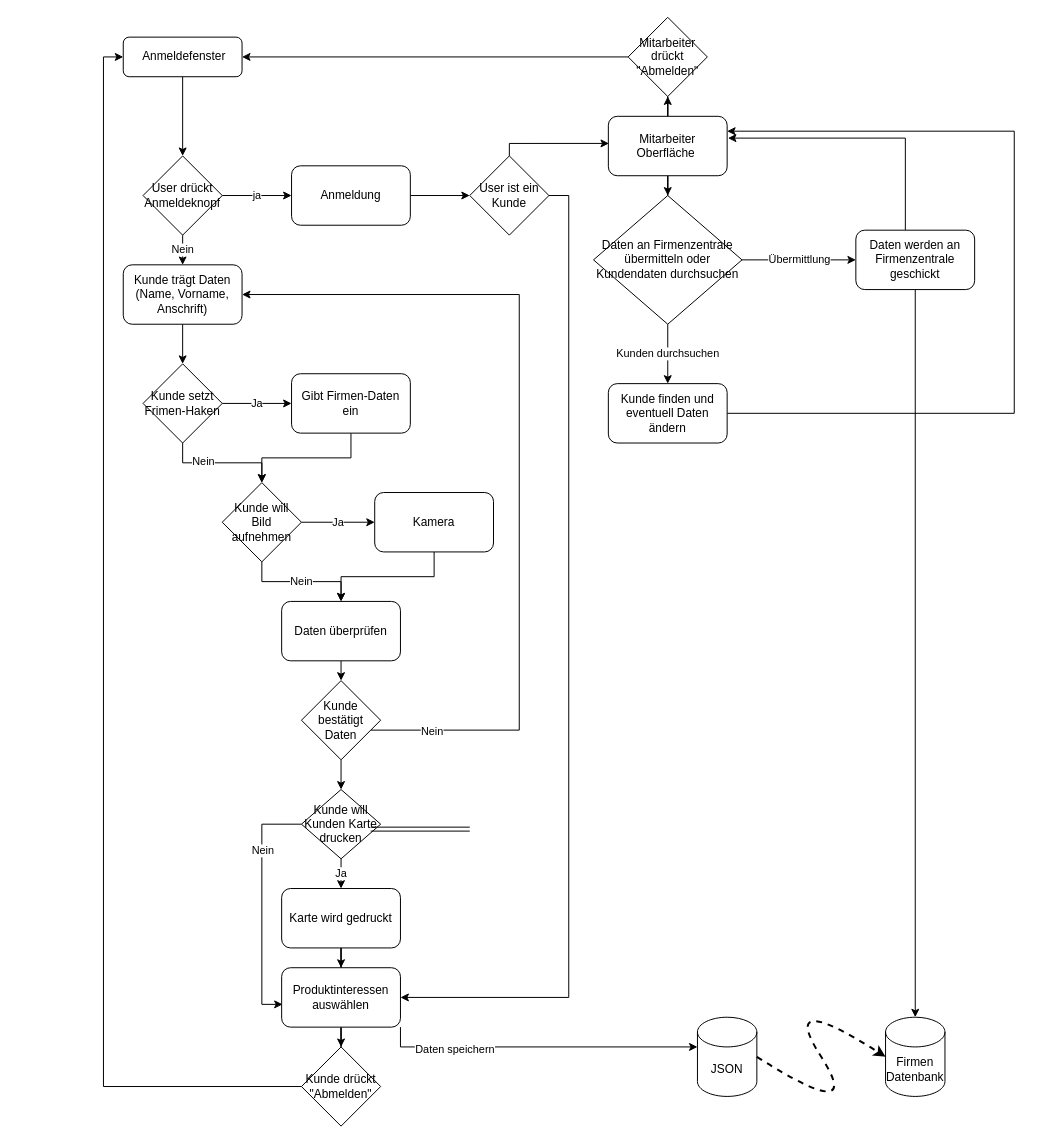
The draw.io diagram FlowChart.drawio in kaenguru123/JUKER, before the edit. Source tidied: cells renumbered, new cells numbered last; positions are measured from the earlier drawing's top-left corner, leaving out a move shared by most shapes. Both pictures are drawn from the tidied source at 99%, with x=0, y=0 at pixel (123, 17).
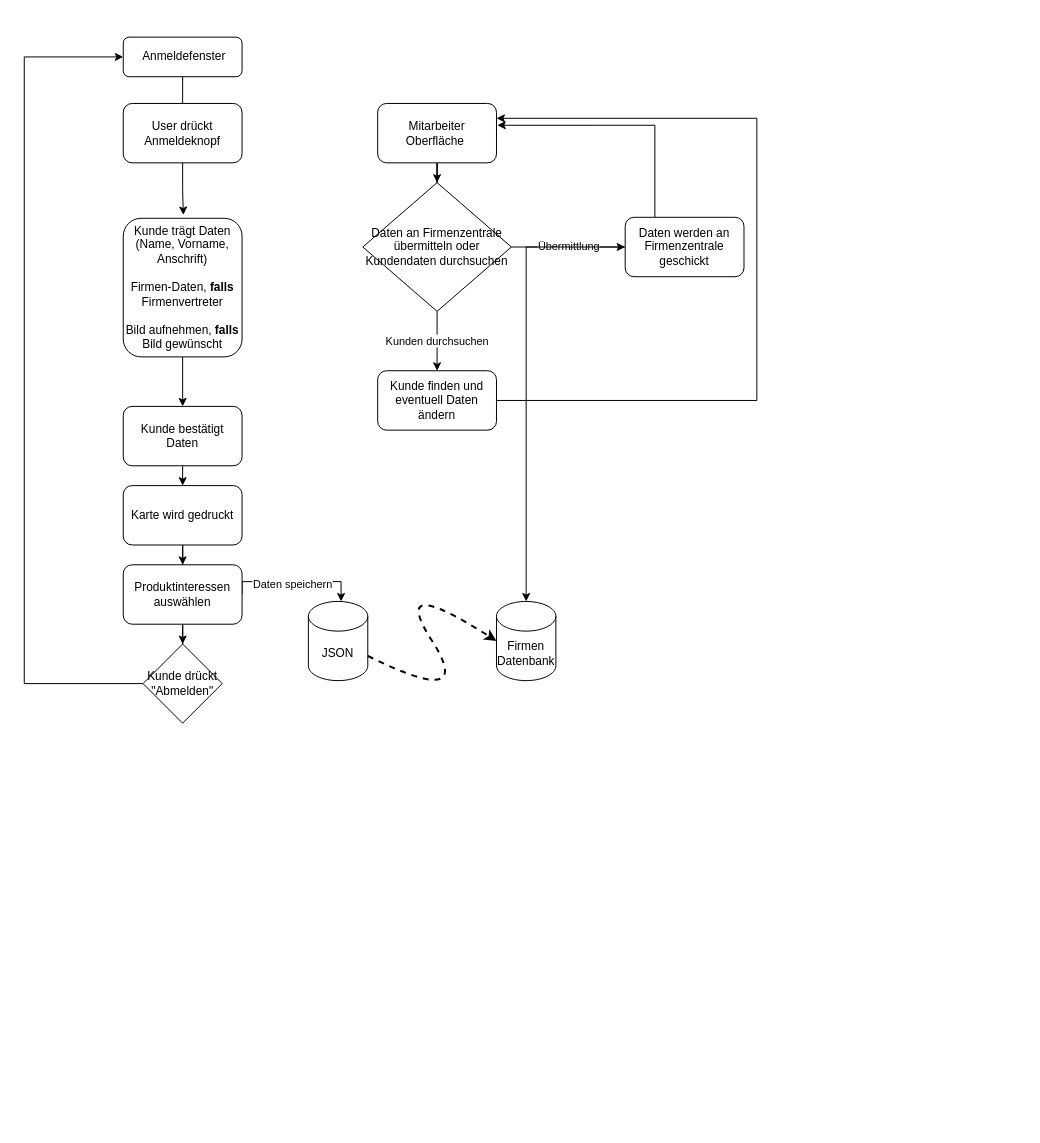
Above is the later version.

Unchanged cells that the change refers to:
```xml
<mxCell id="3" value="&amp;nbsp;Anmeldefenster" style="rounded=1;whiteSpace=wrap;html=1;fontSize=12;glass=0;strokeWidth=1;shadow=0;" parent="1" vertex="1">
  <mxGeometry y="20" width="120" height="40" as="geometry" />
</mxCell>
```

Change to the diagram source:
```diff
@@
-    <mxCell id="2" style="edgeStyle=orthogonalEdgeStyle;rounded=0;jettySize=auto;html=1;entryX=0.5;entryY=0;entryDx=0;entryDy=0;" parent="1" edge="1" source="3" target="6">
-      <mxGeometry relative="1" as="geometry" />
+    <mxCell id="2" style="edgeStyle=orthogonalEdgeStyle;rounded=0;jettySize=auto;html=1;entryX=0.5;entryY=0;entryDx=0;entryDy=0;" parent="1" edge="1" source="3">
+      <mxGeometry relative="1" as="geometry">
+        <mxPoint x="60" y="140" as="targetPoint" />
+      </mxGeometry>
     </mxCell>
@@
-    <mxCell id="4" value="ja" style="edgeStyle=orthogonalEdgeStyle;rounded=0;jettySize=auto;html=1;entryX=0;entryY=0.5;entryDx=0;entryDy=0;" parent="1" edge="1" source="6" target="10">
-      <mxGeometry relative="1" as="geometry" />
-    </mxCell>
-    <mxCell id="5" value="Nein" style="edgeStyle=orthogonalEdgeStyle;rounded=0;jettySize=auto;html=1;exitX=0.5;exitY=1;exitDx=0;exitDy=0;entryX=0.5;entryY=0;entryDx=0;entryDy=0;" parent="1" edge="1" source="6" target="8">
-      <mxGeometry relative="1" as="geometry" />
-    </mxCell>
-    <mxCell id="6" value="User drückt Anmeldeknopf" style="rhombus;whiteSpace=wrap;html=1;" parent="1" vertex="1">
-      <mxGeometry x="20" y="140" width="80" height="80" as="geometry" />
-    </mxCell>
-    <mxCell id="7" style="edgeStyle=orthogonalEdgeStyle;rounded=0;jettySize=auto;html=1;exitX=0.5;exitY=1;exitDx=0;exitDy=0;entryX=0.5;entryY=0;entryDx=0;entryDy=0;" parent="1" edge="1" source="8" target="14">
-      <mxGeometry relative="1" as="geometry" />
-    </mxCell>
+    <mxCell id="60" style="edgeStyle=orthogonalEdgeStyle;rounded=0;jettySize=auto;html=1;entryX=0.5;entryY=0;entryDx=0;entryDy=0;" parent="1" edge="1" source="8" target="27">
+      <mxGeometry relative="1" as="geometry" />
+    </mxCell>
-    <mxCell id="8" value="Kunde trägt Daten (Name, Vorname, Anschrift)" style="rounded=1;whiteSpace=wrap;html=1;" parent="1" vertex="1">
-      <mxGeometry y="250" width="120" height="60" as="geometry" />
+    <mxCell id="8" value="Kunde trägt Daten (Name, Vorname, Anschrift)&lt;br&gt;&lt;br&gt;Firmen-Daten, &lt;b&gt;falls &lt;/b&gt;Firmenvertreter&lt;br&gt;&lt;br&gt;Bild aufnehmen, &lt;b&gt;falls&lt;/b&gt; Bild gewünscht" style="rounded=1;whiteSpace=wrap;html=1;" parent="1" vertex="1">
+      <mxGeometry y="203" width="120" height="140" as="geometry" />
     </mxCell>
-    <mxCell id="9" style="edgeStyle=orthogonalEdgeStyle;rounded=0;jettySize=auto;html=1;" parent="1" edge="1" source="10" target="34">
-      <mxGeometry relative="1" as="geometry" />
-    </mxCell>
-    <mxCell id="10" value="Anmeldung" style="rounded=1;whiteSpace=wrap;html=1;" parent="1" vertex="1">
-      <mxGeometry x="170" y="150" width="120" height="60" as="geometry" />
-    </mxCell>
-    <mxCell id="11" value="Ja" style="edgeStyle=orthogonalEdgeStyle;rounded=0;jettySize=auto;html=1;exitX=1;exitY=0.5;exitDx=0;exitDy=0;entryX=0;entryY=0.5;entryDx=0;entryDy=0;" parent="1" edge="1" source="14" target="16">
-      <mxGeometry relative="1" as="geometry" />
-    </mxCell>
-    <mxCell id="12" style="edgeStyle=orthogonalEdgeStyle;rounded=0;jettySize=auto;html=1;exitX=0.5;exitY=1;exitDx=0;exitDy=0;" parent="1" edge="1" source="14" target="19">
-      <mxGeometry relative="1" as="geometry" />
-    </mxCell>
-    <mxCell id="13" value="Nein" style="edgeLabel;html=1;align=center;verticalAlign=middle;" parent="12" vertex="1">
-      <mxGeometry x="-0.33" y="2" relative="1" as="geometry" />
-    </mxCell>
-    <mxCell id="14" value="Kunde setzt Frimen-Haken" style="rhombus;whiteSpace=wrap;html=1;" parent="1" vertex="1">
-      <mxGeometry x="20" y="350" width="80" height="80" as="geometry" />
-    </mxCell>
-    <mxCell id="15" style="edgeStyle=orthogonalEdgeStyle;rounded=0;jettySize=auto;html=1;exitX=0.5;exitY=1;exitDx=0;exitDy=0;" parent="1" edge="1" source="16" target="19">
-      <mxGeometry relative="1" as="geometry" />
-    </mxCell>
-    <mxCell id="16" value="Gibt Firmen-Daten ein" style="rounded=1;whiteSpace=wrap;html=1;" parent="1" vertex="1">
-      <mxGeometry x="170" y="360" width="120" height="60" as="geometry" />
-    </mxCell>
-    <mxCell id="17" value="Ja" style="edgeStyle=orthogonalEdgeStyle;rounded=0;jettySize=auto;html=1;exitX=1;exitY=0.5;exitDx=0;exitDy=0;entryX=0;entryY=0.5;entryDx=0;entryDy=0;" parent="1" edge="1" source="19" target="21">
-      <mxGeometry relative="1" as="geometry" />
-    </mxCell>
-    <mxCell id="18" value="Nein" style="edgeStyle=orthogonalEdgeStyle;rounded=0;jettySize=auto;html=1;exitX=0.5;exitY=1;exitDx=0;exitDy=0;entryX=0.5;entryY=0;entryDx=0;entryDy=0;" parent="1" edge="1" source="19" target="23">
-      <mxGeometry relative="1" as="geometry" />
-    </mxCell>
-    <mxCell id="19" value="Kunde will Bild aufnehmen" style="rhombus;whiteSpace=wrap;html=1;" parent="1" vertex="1">
-      <mxGeometry x="100" y="470" width="80" height="80" as="geometry" />
-    </mxCell>
-    <mxCell id="20" style="edgeStyle=orthogonalEdgeStyle;rounded=0;jettySize=auto;html=1;exitX=0.5;exitY=1;exitDx=0;exitDy=0;entryX=0.5;entryY=0;entryDx=0;entryDy=0;" parent="1" edge="1" source="21" target="23">
-      <mxGeometry relative="1" as="geometry" />
-    </mxCell>
-    <mxCell id="21" value="Kamera" style="rounded=1;whiteSpace=wrap;html=1;" parent="1" vertex="1">
-      <mxGeometry x="254" y="480" width="120" height="60" as="geometry" />
-    </mxCell>
-    <mxCell id="22" style="edgeStyle=orthogonalEdgeStyle;rounded=0;jettySize=auto;html=1;exitX=0.5;exitY=1;exitDx=0;exitDy=0;entryX=0.5;entryY=0;entryDx=0;entryDy=0;" parent="1" edge="1" source="23" target="27">
-      <mxGeometry relative="1" as="geometry" />
-    </mxCell>
-    <mxCell id="23" value="Daten überprüfen" style="rounded=1;whiteSpace=wrap;html=1;" parent="1" vertex="1">
-      <mxGeometry x="160" y="590" width="120" height="60" as="geometry" />
-    </mxCell>
-    <mxCell id="24" style="edgeStyle=orthogonalEdgeStyle;rounded=0;jettySize=auto;html=1;entryX=1;entryY=0.5;entryDx=0;entryDy=0;" parent="1" edge="1" source="27" target="8">
-      <mxGeometry relative="1" as="geometry">
-        <Array as="points">
-          <mxPoint x="400" y="720" />
-          <mxPoint x="400" y="280" />
-        </Array>
-      </mxGeometry>
-    </mxCell>
-    <mxCell id="25" value="Nein" style="edgeLabel;html=1;align=center;verticalAlign=middle;" parent="24" vertex="1">
-      <mxGeometry x="-0.86" relative="1" as="geometry" />
-    </mxCell>
-    <mxCell id="26" style="edgeStyle=orthogonalEdgeStyle;rounded=0;jettySize=auto;html=1;exitX=0.5;exitY=1;exitDx=0;exitDy=0;entryX=0.5;entryY=0;entryDx=0;entryDy=0;" parent="1" edge="1" source="27" target="31">
-      <mxGeometry relative="1" as="geometry" />
-    </mxCell>
-    <mxCell id="27" value="Kunde bestätigt Daten" style="rhombus;whiteSpace=wrap;html=1;" parent="1" vertex="1">
-      <mxGeometry x="180" y="670" width="80" height="80" as="geometry" />
-    </mxCell>
-    <mxCell id="28" value="Ja" style="edgeStyle=orthogonalEdgeStyle;rounded=0;jettySize=auto;html=1;entryX=0.5;entryY=0;entryDx=0;entryDy=0;" parent="1" edge="1" source="31" target="36">
-      <mxGeometry relative="1" as="geometry" />
-    </mxCell>
-    <mxCell id="29" style="edgeStyle=orthogonalEdgeStyle;rounded=0;jettySize=auto;html=1;entryX=0.008;entryY=0.617;entryDx=0;entryDy=0;entryPerimeter=0;" parent="1" edge="1" source="31" target="40">
-      <mxGeometry relative="1" as="geometry">
-        <Array as="points">
-          <mxPoint x="140" y="815" />
-          <mxPoint x="140" y="997" />
-        </Array>
-      </mxGeometry>
-    </mxCell>
-    <mxCell id="30" value="Nein" style="edgeLabel;html=1;align=center;verticalAlign=middle;" parent="29" vertex="1">
-      <mxGeometry x="-0.46" relative="1" as="geometry" />
-    </mxCell>
-    <mxCell id="31" value="Kunde will Kunden Karte drucken" style="rhombus;whiteSpace=wrap;html=1;" parent="1" vertex="1">
-      <mxGeometry x="180" y="780" width="80" height="70" as="geometry" />
-    </mxCell>
-    <mxCell id="32" style="edgeStyle=orthogonalEdgeStyle;rounded=0;jettySize=auto;html=1;entryX=1;entryY=0.5;entryDx=0;entryDy=0;" parent="1" edge="1" source="34" target="40">
-      <mxGeometry relative="1" as="geometry">
-        <Array as="points">
-          <mxPoint x="450" y="180" />
-          <mxPoint x="450" y="990" />
-        </Array>
-      </mxGeometry>
-    </mxCell>
-    <mxCell id="33" style="edgeStyle=orthogonalEdgeStyle;rounded=0;jettySize=auto;html=1;entryX=0.005;entryY=0.456;entryDx=0;entryDy=0;entryPerimeter=0;" parent="1" edge="1" source="34" target="45">
-      <mxGeometry relative="1" as="geometry">
-        <Array as="points">
-          <mxPoint x="390" y="127" />
-        </Array>
-      </mxGeometry>
-    </mxCell>
-    <mxCell id="34" value="User ist ein Kunde" style="rhombus;whiteSpace=wrap;html=1;" parent="1" vertex="1">
-      <mxGeometry x="350" y="140" width="80" height="80" as="geometry" />
-    </mxCell>
@@
     <mxCell id="36" value="Karte wird gedruckt" style="rounded=1;whiteSpace=wrap;html=1;" parent="1" vertex="1">
-      <mxGeometry x="160" y="880" width="120" height="60" as="geometry" />
+      <mxGeometry y="473" width="120" height="60" as="geometry" />
     </mxCell>
@@
-    <mxCell id="38" style="edgeStyle=orthogonalEdgeStyle;rounded=0;jettySize=auto;html=1;exitX=1;exitY=1;exitDx=0;exitDy=0;" parent="1" edge="1" source="40" target="56">
+    <mxCell id="38" style="edgeStyle=orthogonalEdgeStyle;rounded=0;jettySize=auto;html=1;exitX=1;exitY=0.5;exitDx=0;exitDy=0;" parent="1" edge="1" source="40" target="56">
       <mxGeometry relative="1" as="geometry">
         <Array as="points">
-          <mxPoint x="280" y="1040" />
+          <mxPoint x="120" y="570" />
+          <mxPoint x="220" y="570" />
         </Array>
       </mxGeometry>
     </mxCell>
     <mxCell id="39" value="Daten speichern" style="edgeLabel;html=1;align=center;verticalAlign=middle;" parent="38" vertex="1">
-      <mxGeometry x="-0.54" y="-2" relative="1" as="geometry" />
+      <mxGeometry x="-0.54" y="-2" relative="1" as="geometry">
+        <mxPoint x="32" as="offset" />
+      </mxGeometry>
     </mxCell>
     <mxCell id="40" value="Produktinteressen auswählen" style="rounded=1;whiteSpace=wrap;html=1;" parent="1" vertex="1">
-      <mxGeometry x="160" y="960" width="120" height="60" as="geometry" />
+      <mxGeometry y="553" width="120" height="60" as="geometry" />
     </mxCell>
     <mxCell id="41" style="edgeStyle=orthogonalEdgeStyle;rounded=0;jettySize=auto;html=1;entryX=0;entryY=0.5;entryDx=0;entryDy=0;" parent="1" edge="1" source="42" target="3">
-      <mxGeometry relative="1" as="geometry" />
+      <mxGeometry relative="1" as="geometry">
+        <Array as="points">
+          <mxPoint x="-100" y="673" />
+          <mxPoint x="-100" y="40" />
+        </Array>
+      </mxGeometry>
     </mxCell>
     <mxCell id="42" value="Kunde drückt &quot;Abmelden&quot;" style="rhombus;whiteSpace=wrap;html=1;" parent="1" vertex="1">
-      <mxGeometry x="180" y="1040" width="80" height="80" as="geometry" />
+      <mxGeometry x="20" y="633" width="80" height="80" as="geometry" />
     </mxCell>
-    <mxCell id="43" style="edgeStyle=orthogonalEdgeStyle;rounded=0;jettySize=auto;html=1;" parent="1" edge="1" source="45" target="47">
-      <mxGeometry relative="1" as="geometry" />
-    </mxCell>
@@
     <mxCell id="45" value="Mitarbeiter Oberfläche&amp;nbsp;" style="rounded=1;whiteSpace=wrap;html=1;" parent="1" vertex="1">
-      <mxGeometry x="490" y="100" width="120" height="60" as="geometry" />
+      <mxGeometry x="257" y="87" width="120" height="60" as="geometry" />
     </mxCell>
-    <mxCell id="46" style="edgeStyle=orthogonalEdgeStyle;rounded=0;jettySize=auto;html=1;" parent="1" edge="1" source="47" target="3">
-      <mxGeometry relative="1" as="geometry" />
-    </mxCell>
-    <mxCell id="47" value="Mitarbeiter drückt &quot;Abmelden&quot;" style="rhombus;whiteSpace=wrap;html=1;" parent="1" vertex="1">
-      <mxGeometry x="510" width="80" height="80" as="geometry" />
-    </mxCell>
@@
     <mxCell id="50" value="Daten an Firmenzentrale übermitteln oder Kundendaten durchsuchen" style="rhombus;whiteSpace=wrap;html=1;" parent="1" vertex="1">
-      <mxGeometry x="475" y="180" width="150" height="130" as="geometry" />
+      <mxGeometry x="242" y="167" width="150" height="130" as="geometry" />
     </mxCell>
     <mxCell id="51" style="edgeStyle=orthogonalEdgeStyle;rounded=0;jettySize=auto;html=1;entryX=1.007;entryY=0.367;entryDx=0;entryDy=0;entryPerimeter=0;" parent="1" edge="1" source="53" target="45">
       <mxGeometry relative="1" as="geometry">
         <Array as="points">
-          <mxPoint x="790" y="122" />
+          <mxPoint x="537" y="109" />
         </Array>
       </mxGeometry>
     </mxCell>
@@
     <mxCell id="53" value="Daten werden an Firmenzentrale geschickt" style="rounded=1;whiteSpace=wrap;html=1;" parent="1" vertex="1">
-      <mxGeometry x="740" y="215" width="120" height="60" as="geometry" />
+      <mxGeometry x="507" y="202" width="120" height="60" as="geometry" />
     </mxCell>
     <mxCell id="54" style="edgeStyle=orthogonalEdgeStyle;rounded=0;jettySize=auto;html=1;entryX=1;entryY=0.25;entryDx=0;entryDy=0;" parent="1" edge="1" source="55" target="45">
       <mxGeometry relative="1" as="geometry">
         <Array as="points">
-          <mxPoint x="900" y="400" />
-          <mxPoint x="900" y="115" />
+          <mxPoint x="640" y="387" />
+          <mxPoint x="640" y="102" />
         </Array>
       </mxGeometry>
     </mxCell>
     <mxCell id="55" value="Kunde finden und eventuell Daten ändern" style="rounded=1;whiteSpace=wrap;html=1;" parent="1" vertex="1">
-      <mxGeometry x="490" y="370" width="120" height="60" as="geometry" />
+      <mxGeometry x="257" y="357" width="120" height="60" as="geometry" />
     </mxCell>
     <mxCell id="56" value="JSON" style="shape=cylinder3;whiteSpace=wrap;html=1;boundedLbl=1;backgroundOutline=1;size=15;" parent="1" vertex="1">
-      <mxGeometry x="580" y="1010" width="60" height="80" as="geometry" />
+      <mxGeometry x="187" y="590" width="60" height="80" as="geometry" />
     </mxCell>
     <mxCell id="57" value="Firmen Datenbank" style="shape=cylinder3;whiteSpace=wrap;html=1;boundedLbl=1;backgroundOutline=1;size=15;" parent="1" vertex="1">
-      <mxGeometry x="770" y="1010" width="60" height="80" as="geometry" />
+      <mxGeometry x="377" y="590" width="60" height="80" as="geometry" />
     </mxCell>
-    <mxCell id="58" style="shape=link;html=1;rounded=0;" parent="1" edge="1">
-      <mxGeometry relative="1" as="geometry">
-        <mxPoint x="250" y="820" as="sourcePoint" />
-        <mxPoint x="350" y="820" as="targetPoint" />
-      </mxGeometry>
-    </mxCell>
-    <mxCell id="59" style="curved=1;endArrow=classic;html=1;rounded=0;entryX=0;entryY=0.5;entryDx=0;entryDy=0;entryPerimeter=0;exitX=1;exitY=0.5;exitDx=0;exitDy=0;exitPerimeter=0;dashed=1;strokeWidth=2;" parent="1" edge="1" source="56" target="57">
+    <mxCell id="59" style="curved=1;endArrow=classic;html=1;rounded=0;entryX=0;entryY=0.5;entryDx=0;entryDy=0;entryPerimeter=0;dashed=1;strokeWidth=2;" parent="1" edge="1" source="56" target="57">
       <mxGeometry relative="1" as="geometry">
         <Array as="points">
-          <mxPoint x="750" y="1120" />
-          <mxPoint x="660" y="980" />
+          <mxPoint x="357" y="700" />
+          <mxPoint x="267" y="560" />
         </Array>
       </mxGeometry>
     </mxCell>
+    <mxCell id="61" style="edgeStyle=orthogonalEdgeStyle;rounded=0;jettySize=auto;html=1;exitX=0.5;exitY=1;exitDx=0;exitDy=0;entryX=0.5;entryY=0;entryDx=0;entryDy=0;" parent="1" edge="1" source="27" target="36">
+      <mxGeometry relative="1" as="geometry" />
+    </mxCell>
+    <mxCell id="27" value="Kunde bestätigt Daten" style="rounded=1;whiteSpace=wrap;html=1;" parent="1" vertex="1">
+      <mxGeometry y="393" width="120" height="60" as="geometry" />
+    </mxCell>
+    <mxCell id="5" style="edgeStyle=orthogonalEdgeStyle;rounded=0;jettySize=auto;html=1;entryX=0.506;entryY=-0.024;entryDx=0;entryDy=0;entryPerimeter=0;" parent="1" edge="1" source="6" target="8">
+      <mxGeometry relative="1" as="geometry" />
+    </mxCell>
+    <mxCell id="6" value="User drückt Anmeldeknopf" style="rounded=1;whiteSpace=wrap;html=1;" parent="1" vertex="1">
+      <mxGeometry y="87" width="120" height="60" as="geometry" />
+    </mxCell>
```
